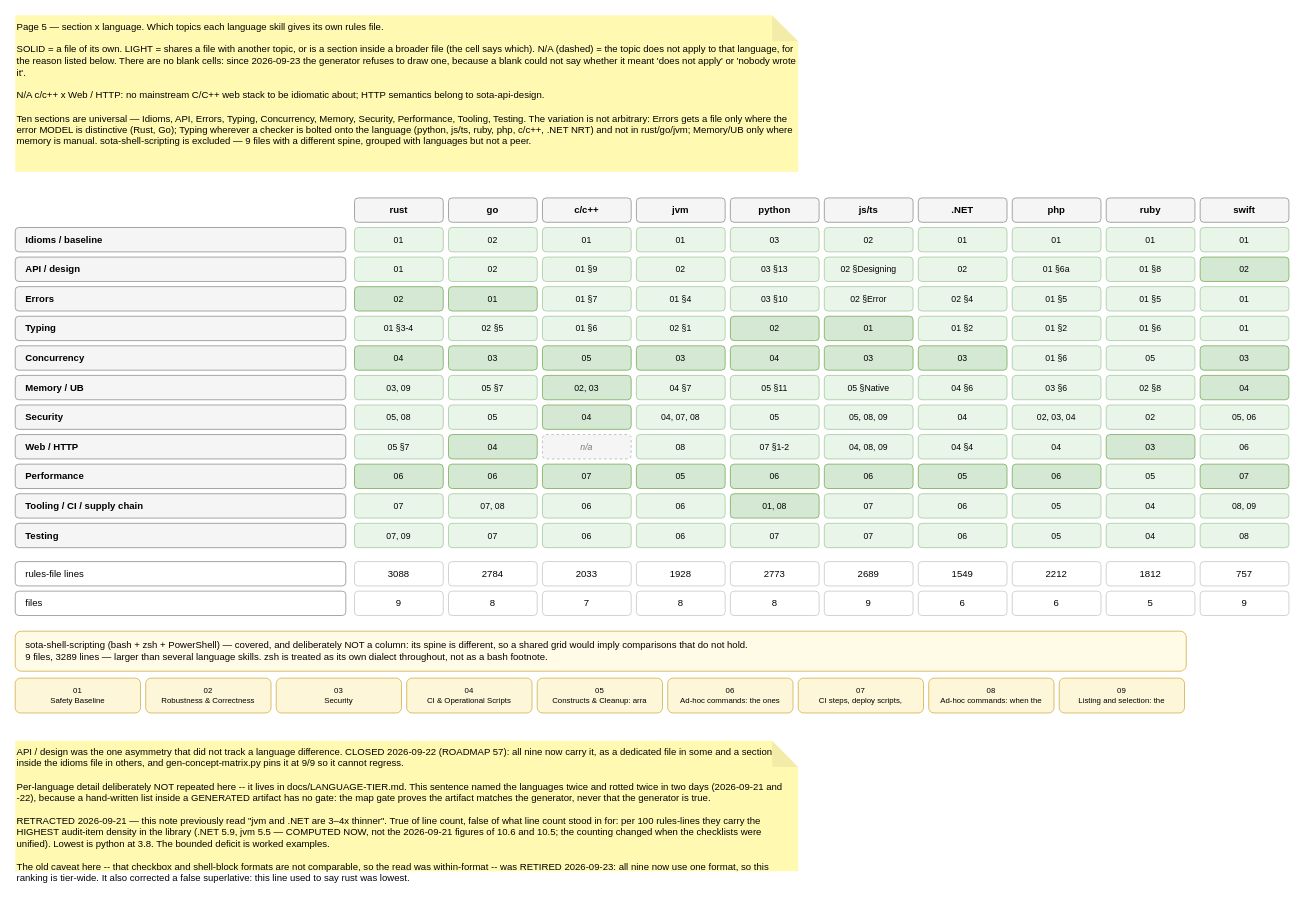
Above: page "5 · Section x language" (5 of 8) of docs/skill-map.drawio in martinholovsky/SOTA-skills (draw.io), before the change. Source tidied: cells renumbered, new cells numbered last; positions are measured from the earlier drawing's top-left corner, leaving out a move shared by most shapes. Both pictures are drawn from the tidied source at 87%, with x=0, y=0 at pixel (15, 15).
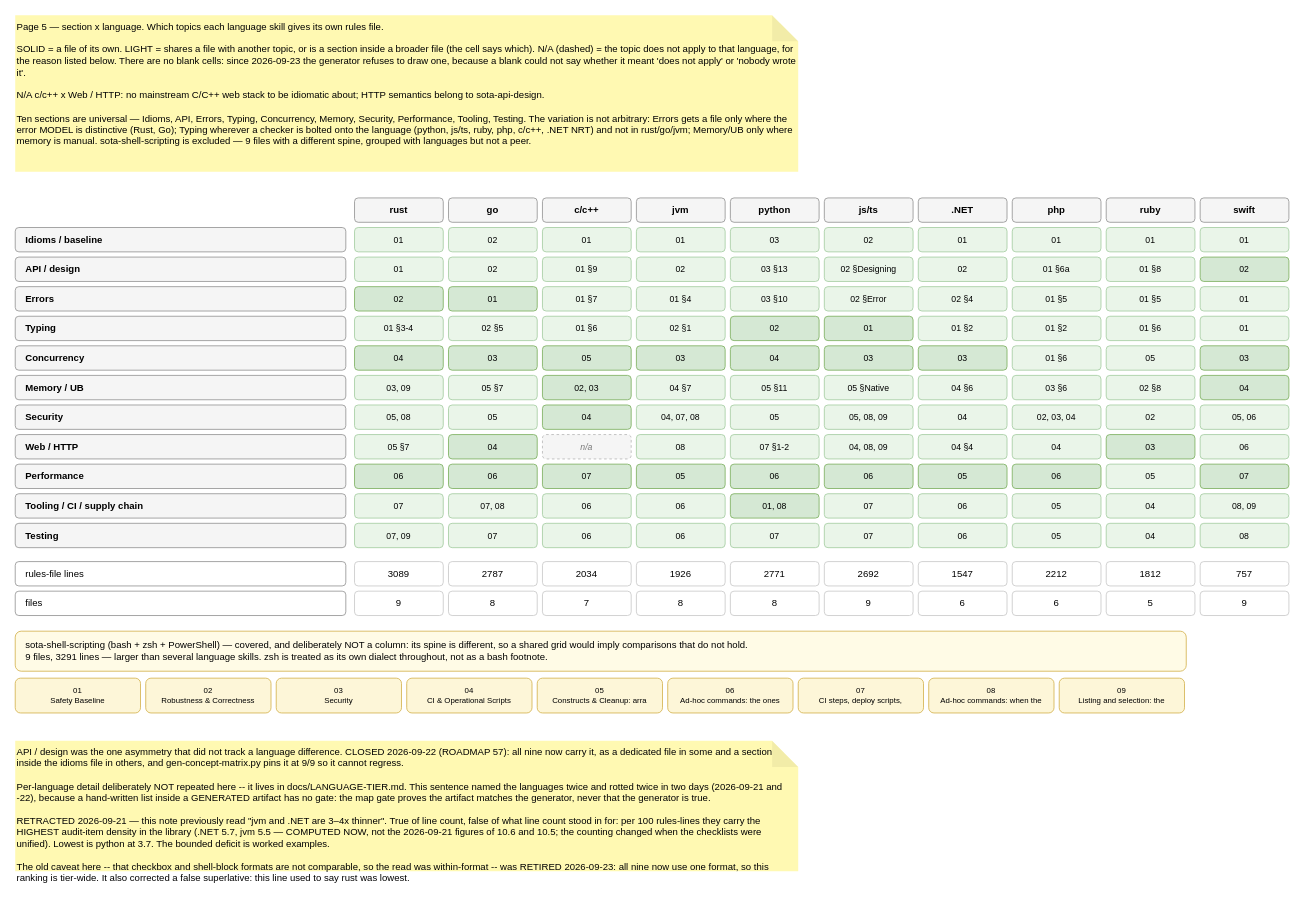
Above is the later version.

Diff of the diagram source:
```diff
@@
-    <mxCell id="135" value="3088" style="rounded=1;whiteSpace=wrap;html=1;fontSize=11;fillColor=#ffffff;strokeColor=#cccccc;fontSize=11;" parent="1" vertex="1">
+    <mxCell id="135" value="3089" style="rounded=1;whiteSpace=wrap;html=1;fontSize=11;fillColor=#ffffff;strokeColor=#cccccc;fontSize=11;" parent="1" vertex="1">
       <mxGeometry x="390" y="628" width="102" height="28" as="geometry" />
     </mxCell>
-    <mxCell id="136" value="2784" style="rounded=1;whiteSpace=wrap;html=1;fontSize=11;fillColor=#ffffff;strokeColor=#cccccc;fontSize=11;" parent="1" vertex="1">
+    <mxCell id="136" value="2787" style="rounded=1;whiteSpace=wrap;html=1;fontSize=11;fillColor=#ffffff;strokeColor=#cccccc;fontSize=11;" parent="1" vertex="1">
       <mxGeometry x="498" y="628" width="102" height="28" as="geometry" />
     </mxCell>
-    <mxCell id="137" value="2033" style="rounded=1;whiteSpace=wrap;html=1;fontSize=11;fillColor=#ffffff;strokeColor=#cccccc;fontSize=11;" parent="1" vertex="1">
+    <mxCell id="137" value="2034" style="rounded=1;whiteSpace=wrap;html=1;fontSize=11;fillColor=#ffffff;strokeColor=#cccccc;fontSize=11;" parent="1" vertex="1">
       <mxGeometry x="606" y="628" width="102" height="28" as="geometry" />
     </mxCell>
-    <mxCell id="138" value="1928" style="rounded=1;whiteSpace=wrap;html=1;fontSize=11;fillColor=#ffffff;strokeColor=#cccccc;fontSize=11;" parent="1" vertex="1">
+    <mxCell id="138" value="1926" style="rounded=1;whiteSpace=wrap;html=1;fontSize=11;fillColor=#ffffff;strokeColor=#cccccc;fontSize=11;" parent="1" vertex="1">
       <mxGeometry x="714" y="628" width="102" height="28" as="geometry" />
     </mxCell>
-    <mxCell id="139" value="2773" style="rounded=1;whiteSpace=wrap;html=1;fontSize=11;fillColor=#ffffff;strokeColor=#cccccc;fontSize=11;" parent="1" vertex="1">
+    <mxCell id="139" value="2771" style="rounded=1;whiteSpace=wrap;html=1;fontSize=11;fillColor=#ffffff;strokeColor=#cccccc;fontSize=11;" parent="1" vertex="1">
       <mxGeometry x="822" y="628" width="102" height="28" as="geometry" />
     </mxCell>
-    <mxCell id="140" value="2689" style="rounded=1;whiteSpace=wrap;html=1;fontSize=11;fillColor=#ffffff;strokeColor=#cccccc;fontSize=11;" parent="1" vertex="1">
+    <mxCell id="140" value="2692" style="rounded=1;whiteSpace=wrap;html=1;fontSize=11;fillColor=#ffffff;strokeColor=#cccccc;fontSize=11;" parent="1" vertex="1">
       <mxGeometry x="930" y="628" width="102" height="28" as="geometry" />
     </mxCell>
-    <mxCell id="141" value="1549" style="rounded=1;whiteSpace=wrap;html=1;fontSize=11;fillColor=#ffffff;strokeColor=#cccccc;fontSize=11;" parent="1" vertex="1">
+    <mxCell id="141" value="1547" style="rounded=1;whiteSpace=wrap;html=1;fontSize=11;fillColor=#ffffff;strokeColor=#cccccc;fontSize=11;" parent="1" vertex="1">
       <mxGeometry x="1038" y="628" width="102" height="28" as="geometry" />
     </mxCell>
@@
-    <mxCell id="156" value="sota-shell-scripting (bash + zsh + PowerShell) — covered, and deliberately NOT a column: its spine is different, so a shared grid would imply comparisons that do not hold.&lt;br&gt;9 files, 3289 lines — larger than several language skills. zsh is treated as its own dialect throughout, not as a bash footnote." style="rounded=1;whiteSpace=wrap;html=1;fontSize=11;fillColor=#fffbe6;strokeColor=#d6b656;align=left;spacingLeft=10;verticalAlign=middle;fontSize=11;" parent="1" vertex="1">
+    <mxCell id="156" value="sota-shell-scripting (bash + zsh + PowerShell) — covered, and deliberately NOT a column: its spine is different, so a shared grid would imply comparisons that do not hold.&lt;br&gt;9 files, 3291 lines — larger than several language skills. zsh is treated as its own dialect throughout, not as a bash footnote." style="rounded=1;whiteSpace=wrap;html=1;fontSize=11;fillColor=#fffbe6;strokeColor=#d6b656;align=left;spacingLeft=10;verticalAlign=middle;fontSize=11;" parent="1" vertex="1">
       <mxGeometry y="708" width="1346" height="46" as="geometry" />
     </mxCell>
@@
-    <mxCell id="166" value="API / design was the one asymmetry that did not track a language difference. CLOSED 2026-09-22 (ROADMAP 57): all nine now carry it, as a dedicated file in some and a section inside the idioms file in others, and gen-concept-matrix.py pins it at 9/9 so it cannot regress.&lt;br&gt;&lt;br&gt;Per-language detail deliberately NOT repeated here -- it lives in docs/LANGUAGE-TIER.md. This sentence named the languages twice and rotted twice in two days (2026-09-21 and -22), because a hand-written list inside a GENERATED artifact has no gate: the map gate proves the artifact matches the generator, never that the generator is true.&lt;br&gt;&lt;br&gt;RETRACTED 2026-09-21 — this note previously read &quot;jvm and .NET are 3–4x thinner&quot;. True of line count, false of what line count stood in for: per 100 rules-lines they carry the HIGHEST audit-item density in the library (.NET 5.9, jvm 5.5 — COMPUTED NOW, not the 2026-09-21 figures of 10.6 and 10.5; the counting changed when the checklists were unified). Lowest is python at 3.8. The bounded deficit is worked examples.&lt;br&gt;&lt;br&gt;The old caveat here -- that checkbox and shell-block formats are not comparable, so the read was within-format -- was RETIRED 2026-09-23: all nine now use one format, so this ranking is tier-wide. It also corrected a false superlative: this line used to say rust was lowest." style="shape=note;whiteSpace=wrap;html=1;backgroundOutline=1;darkOpacity=0.05;fillColor=#FFF9B2;strokeColor=none;fontSize=11;align=left;verticalAlign=top;" parent="1" vertex="1">
+    <mxCell id="166" value="API / design was the one asymmetry that did not track a language difference. CLOSED 2026-09-22 (ROADMAP 57): all nine now carry it, as a dedicated file in some and a section inside the idioms file in others, and gen-concept-matrix.py pins it at 9/9 so it cannot regress.&lt;br&gt;&lt;br&gt;Per-language detail deliberately NOT repeated here -- it lives in docs/LANGUAGE-TIER.md. This sentence named the languages twice and rotted twice in two days (2026-09-21 and -22), because a hand-written list inside a GENERATED artifact has no gate: the map gate proves the artifact matches the generator, never that the generator is true.&lt;br&gt;&lt;br&gt;RETRACTED 2026-09-21 — this note previously read &quot;jvm and .NET are 3–4x thinner&quot;. True of line count, false of what line count stood in for: per 100 rules-lines they carry the HIGHEST audit-item density in the library (.NET 5.7, jvm 5.5 — COMPUTED NOW, not the 2026-09-21 figures of 10.6 and 10.5; the counting changed when the checklists were unified). Lowest is python at 3.7. The bounded deficit is worked examples.&lt;br&gt;&lt;br&gt;The old caveat here -- that checkbox and shell-block formats are not comparable, so the read was within-format -- was RETIRED 2026-09-23: all nine now use one format, so this ranking is tier-wide. It also corrected a false superlative: this line used to say rust was lowest." style="shape=note;whiteSpace=wrap;html=1;backgroundOutline=1;darkOpacity=0.05;fillColor=#FFF9B2;strokeColor=none;fontSize=11;align=left;verticalAlign=top;" parent="1" vertex="1">
       <mxGeometry y="834" width="900" height="150" as="geometry" />
     </mxCell>
```
